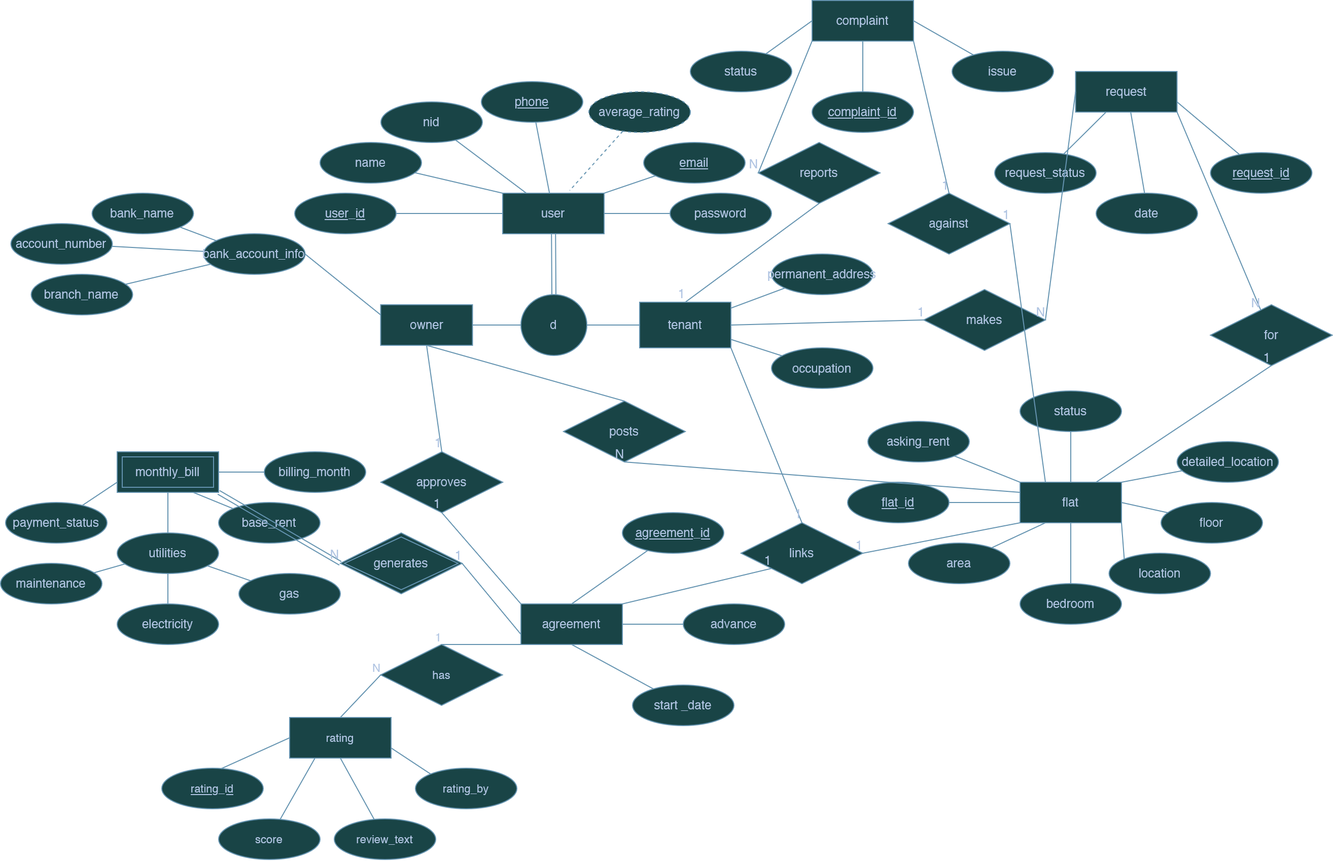
Before: eer_diagram.png, a diagram exported from draw.io (bodruzzaman-bkm/House_Rent_Management_System). Source tidied: cells renumbered, new cells last; positions are measured from the earlier drawing's top-left corner, leaving out a move shared by most shapes.
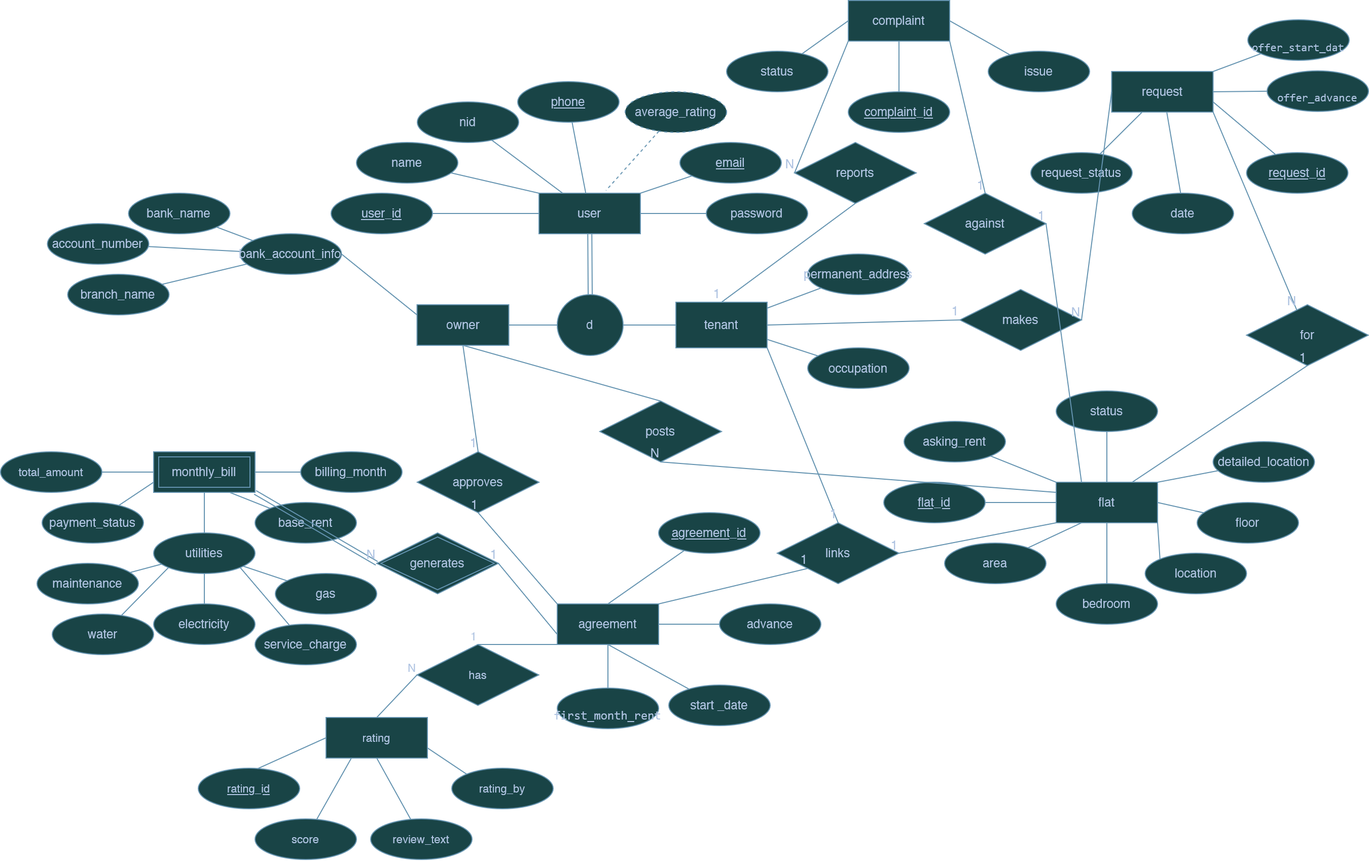
The same diagram one commit later.

Commit message:
final_eer_&_schema

Change to the diagram source:
```diff
@@ -139,6 +139,12 @@
     <mxCell id="46" value="status" style="ellipse;whiteSpace=wrap;html=1;align=center;rounded=0;labelBackgroundColor=none;fillColor=#A8DADC;strokeColor=#457B9D;fontColor=#1D3557;" parent="1" vertex="1">
       <mxGeometry x="1005" y="385" width="100" height="40" as="geometry" />
     </mxCell>
+    <mxCell id="143" style="edgeStyle=none;shape=connector;rounded=0;jettySize=auto;html=1;exitX=1;exitY=0.5;exitDx=0;exitDy=0;strokeColor=#457B9D;align=center;verticalAlign=middle;fontFamily=Helvetica;fontSize=11;fontColor=default;labelBackgroundColor=none;endArrow=none;endFill=0;" parent="1" edge="1" source="47" target="153">
+      <mxGeometry relative="1" as="geometry" />
+    </mxCell>
+    <mxCell id="144" style="edgeStyle=none;shape=connector;rounded=0;jettySize=auto;html=1;exitX=1;exitY=0;exitDx=0;exitDy=0;strokeColor=#457B9D;align=center;verticalAlign=middle;fontFamily=Helvetica;fontSize=11;fontColor=default;labelBackgroundColor=none;endArrow=none;endFill=0;" parent="1" edge="1" source="47" target="154">
+      <mxGeometry relative="1" as="geometry" />
+    </mxCell>
     <mxCell id="47" value="request" style="whiteSpace=wrap;html=1;align=center;rounded=0;labelBackgroundColor=none;fillColor=#A8DADC;strokeColor=#457B9D;fontColor=#1D3557;" parent="1" vertex="1">
       <mxGeometry x="1059.8" y="70" width="100" height="40" as="geometry" />
     </mxCell>
@@ -163,6 +169,9 @@
     <mxCell id="53" value="&lt;div&gt;request_status&lt;/div&gt;" style="ellipse;whiteSpace=wrap;html=1;align=center;rounded=0;labelBackgroundColor=none;fillColor=#A8DADC;strokeColor=#457B9D;fontColor=#1D3557;" parent="1" vertex="1">
       <mxGeometry x="980" y="150" width="100" height="40" as="geometry" />
     </mxCell>
+    <mxCell id="145" style="rounded=0;jettySize=auto;html=1;exitX=0.5;exitY=1;exitDx=0;exitDy=0;endArrow=none;endFill=0;labelBackgroundColor=none;strokeColor=#457B9D;fontColor=default;" parent="1" edge="1" source="54" target="149">
+      <mxGeometry relative="1" as="geometry" />
+    </mxCell>
     <mxCell id="54" value="agreement" style="whiteSpace=wrap;html=1;align=center;rounded=0;labelBackgroundColor=none;fillColor=#A8DADC;strokeColor=#457B9D;fontColor=#1D3557;" parent="1" vertex="1">
       <mxGeometry x="513" y="595" width="100" height="40" as="geometry" />
     </mxCell>
@@ -184,6 +193,9 @@
     <mxCell id="60" value="start _date" style="ellipse;whiteSpace=wrap;html=1;align=center;rounded=0;labelBackgroundColor=none;fillColor=#A8DADC;strokeColor=#457B9D;fontColor=#1D3557;" parent="1" vertex="1">
       <mxGeometry x="623" y="675" width="100" height="40" as="geometry" />
     </mxCell>
+    <mxCell id="146" style="rounded=0;jettySize=auto;html=1;exitX=0;exitY=0.5;exitDx=0;exitDy=0;endArrow=none;endFill=0;labelBackgroundColor=none;strokeColor=#457B9D;fontColor=default;" parent="1" edge="1" source="61" target="152">
+      <mxGeometry relative="1" as="geometry" />
+    </mxCell>
     <mxCell id="61" value="monthly_bill" style="shape=ext;margin=3;double=1;whiteSpace=wrap;html=1;align=center;rounded=0;labelBackgroundColor=none;fillColor=#A8DADC;strokeColor=#457B9D;fontColor=#1D3557;" parent="1" vertex="1">
       <mxGeometry x="115" y="445" width="100" height="40" as="geometry" />
     </mxCell>
@@ -213,6 +225,12 @@
     <mxCell id="69" style="rounded=0;jettySize=auto;html=1;endArrow=none;endFill=0;labelBackgroundColor=none;strokeColor=#457B9D;fontColor=default;" parent="1" edge="1" source="70" target="61">
       <mxGeometry relative="1" as="geometry" />
     </mxCell>
+    <mxCell id="147" style="rounded=0;jettySize=auto;html=1;exitX=0;exitY=1;exitDx=0;exitDy=0;endArrow=none;endFill=0;labelBackgroundColor=none;strokeColor=#457B9D;fontColor=default;" parent="1" edge="1" source="70" target="150">
+      <mxGeometry relative="1" as="geometry" />
+    </mxCell>
+    <mxCell id="148" style="rounded=0;jettySize=auto;html=1;exitX=1;exitY=1;exitDx=0;exitDy=0;endArrow=none;endFill=0;labelBackgroundColor=none;strokeColor=#457B9D;fontColor=default;" parent="1" edge="1" source="70" target="151">
+      <mxGeometry relative="1" as="geometry" />
+    </mxCell>
     <mxCell id="70" value="utilities" style="ellipse;whiteSpace=wrap;html=1;align=center;rounded=0;labelBackgroundColor=none;fillColor=#A8DADC;strokeColor=#457B9D;fontColor=#1D3557;" parent="1" vertex="1">
       <mxGeometry x="115" y="525" width="100" height="40" as="geometry" />
     </mxCell>
@@ -436,5 +454,23 @@
     <mxCell id="142" value="detailed_location" style="ellipse;whiteSpace=wrap;html=1;align=center;rounded=0;labelBackgroundColor=none;fillColor=#A8DADC;strokeColor=#457B9D;fontColor=#1D3557;" parent="1" vertex="1">
       <mxGeometry x="1159.8" y="435" width="100" height="40" as="geometry" />
     </mxCell>
+    <mxCell id="149" value="&lt;font face=&quot;Helvetica&quot;&gt;&lt;br&gt;&lt;/font&gt;&lt;div&gt;&lt;font face=&quot;Helvetica&quot;&gt;&lt;code class=&quot;bg-text-200/5 border border-0.5 border-border-300 text-danger-000 whitespace-pre-wrap rounded-[0.4rem] px-1 py-px text-[0.9rem]&quot;&gt;first_month_rent&lt;/code&gt;&lt;/font&gt;&lt;/div&gt;" style="ellipse;whiteSpace=wrap;html=1;align=center;labelBackgroundColor=none;fillColor=#A8DADC;strokeColor=#457B9D;fontColor=#1D3557;" parent="1" vertex="1">
+      <mxGeometry x="513" y="678" width="100" height="40" as="geometry" />
+    </mxCell>
+    <mxCell id="150" value="water" style="ellipse;whiteSpace=wrap;html=1;align=center;labelBackgroundColor=none;fillColor=#A8DADC;strokeColor=#457B9D;fontColor=#1D3557;" parent="1" vertex="1">
+      <mxGeometry x="15" y="605" width="100" height="40" as="geometry" />
+    </mxCell>
+    <mxCell id="151" value="&lt;div&gt;service_charge&lt;/div&gt;" style="ellipse;whiteSpace=wrap;html=1;align=center;labelBackgroundColor=none;fillColor=#A8DADC;strokeColor=#457B9D;fontColor=#1D3557;" parent="1" vertex="1">
+      <mxGeometry x="215" y="615" width="100" height="40" as="geometry" />
+    </mxCell>
+    <mxCell id="152" value="&lt;div&gt;total_amount&lt;/div&gt;" style="ellipse;whiteSpace=wrap;html=1;align=center;fontFamily=Helvetica;fontSize=11;fontColor=#1D3557;labelBackgroundColor=none;fillColor=#A8DADC;strokeColor=#457B9D;" parent="1" vertex="1">
+      <mxGeometry x="-36" y="445" width="100" height="40" as="geometry" />
+    </mxCell>
+    <mxCell id="153" value="&lt;br&gt;&lt;code class=&quot;bg-text-200/5 border border-0.5 border-border-300 text-danger-000 whitespace-pre-wrap rounded-[0.4rem] px-1 py-px text-[0.9rem]&quot;&gt;offer_advance&lt;/code&gt;" style="ellipse;whiteSpace=wrap;html=1;align=center;fontFamily=Helvetica;fontSize=11;fontColor=#1D3557;labelBackgroundColor=none;fillColor=#A8DADC;strokeColor=#457B9D;" parent="1" vertex="1">
+      <mxGeometry x="1213" y="69.4" width="100" height="40" as="geometry" />
+    </mxCell>
+    <mxCell id="154" value="&lt;font face=&quot;Courier New&quot;&gt;&lt;br&gt;&lt;/font&gt;&lt;p&gt;&lt;font face=&quot;Helvetica&quot;&gt;&lt;code class=&quot;bg-text-200/5 border border-0.5 border-border-300 text-danger-000 whitespace-pre-wrap rounded-[0.4rem] px-1 py-px text-[0.9rem]&quot;&gt;offer_start_dat&lt;/code&gt;&lt;/font&gt;&lt;/p&gt;" style="ellipse;whiteSpace=wrap;html=1;align=center;fontFamily=Helvetica;fontSize=11;fontColor=#1D3557;labelBackgroundColor=none;fillColor=#A8DADC;strokeColor=#457B9D;" parent="1" vertex="1">
+      <mxGeometry x="1194" y="19" width="100" height="40" as="geometry" />
+    </mxCell>
   </root>
 </mxGraphModel>
```
